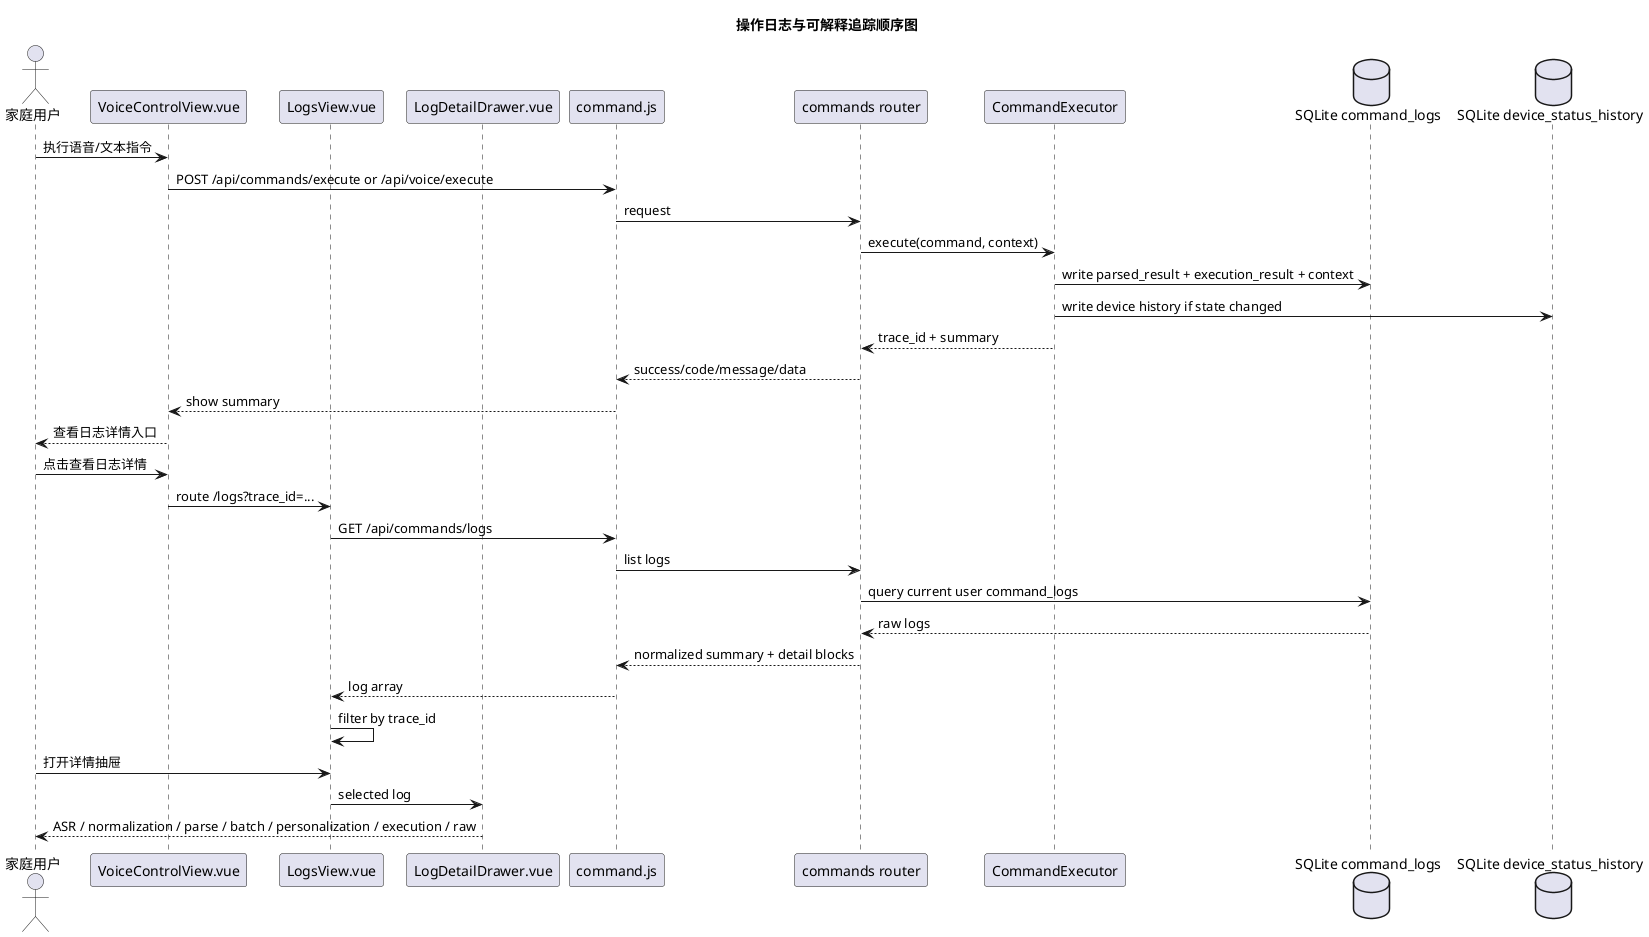
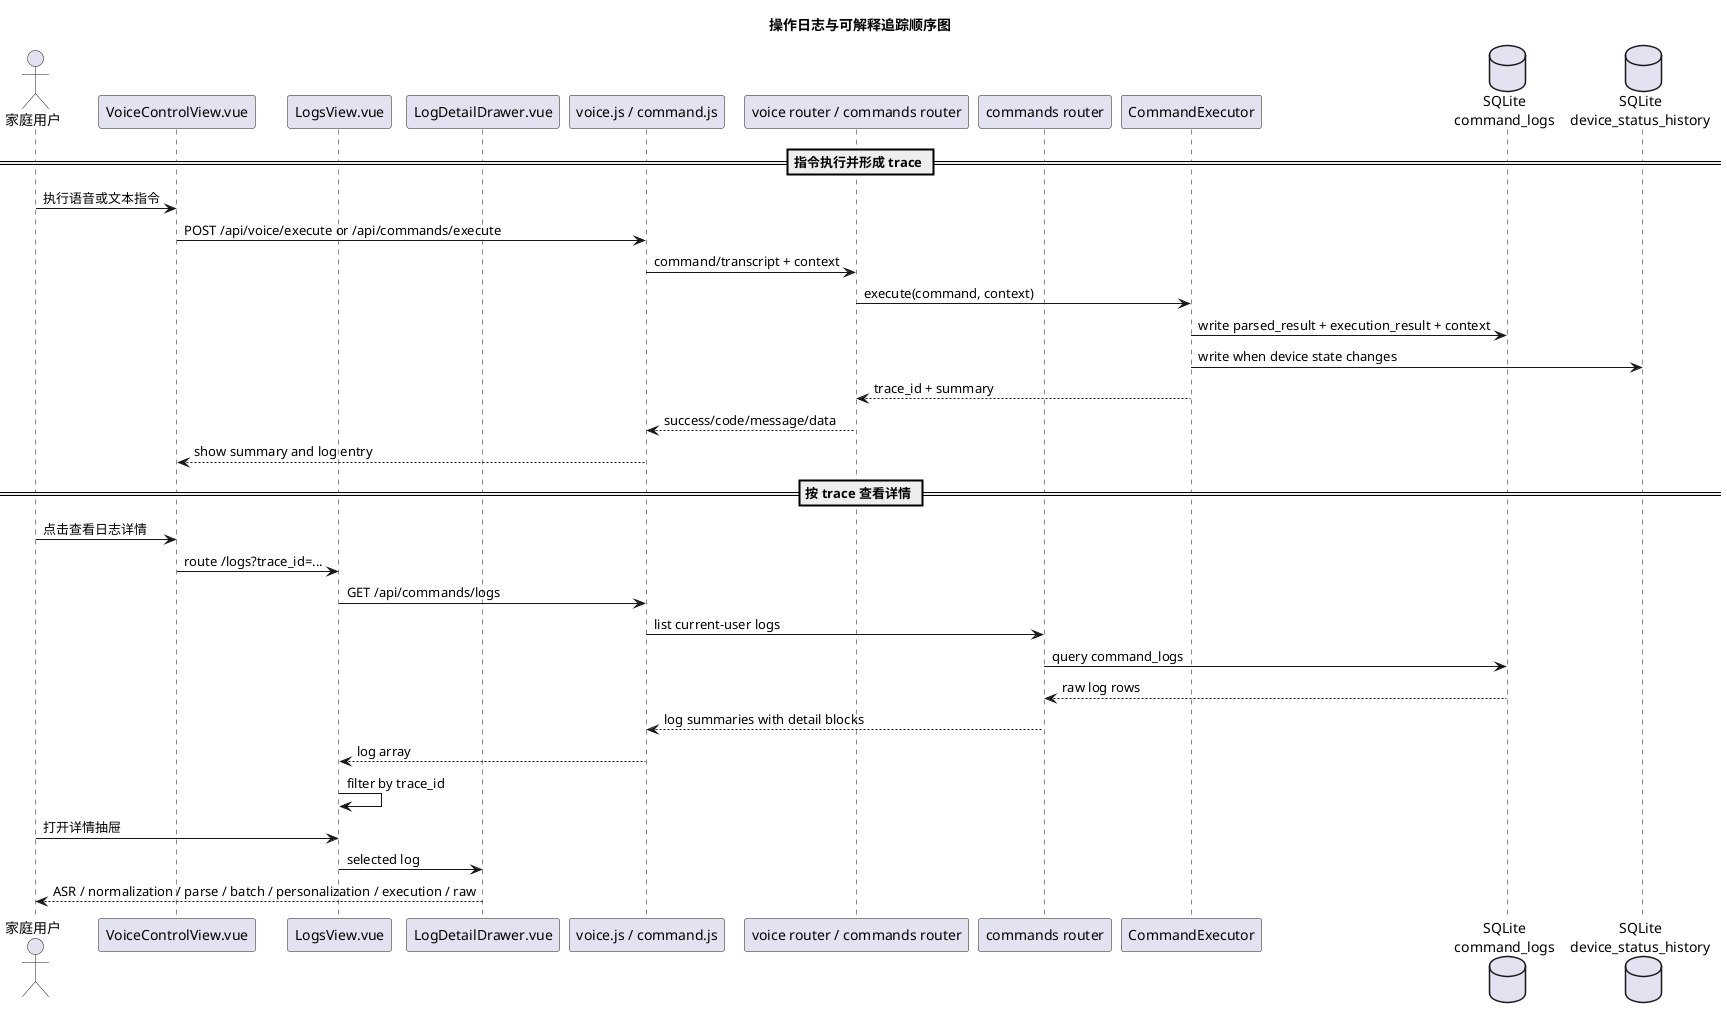
@startuml
title 操作日志与可解释追踪顺序图
actor "家庭用户" as User
participant "VoiceControlView.vue" as VoiceView
participant "LogsView.vue" as LogsView
participant "LogDetailDrawer.vue" as Drawer
- participant "command.js" as CommandAPI
- participant "commands router" as Router
+ participant "voice.js / command.js" as API
+ participant "voice router / commands router" as ExecuteRouter
+ participant "commands router" as LogsRouter
participant "CommandExecutor" as Exec
- database "SQLite command_logs" as Logs
- database "SQLite device_status_history" as History
+ database "SQLite\ncommand_logs" as Logs
+ database "SQLite\ndevice_status_history" as History

- User -> VoiceView: 执行语音/文本指令
- VoiceView -> CommandAPI: POST /api/commands/execute or /api/voice/execute
- CommandAPI -> Router: request
- Router -> Exec: execute(command, context)
+ == 指令执行并形成 trace ==
+ User -> VoiceView: 执行语音或文本指令
+ VoiceView -> API: POST /api/voice/execute or /api/commands/execute
+ API -> ExecuteRouter: command/transcript + context
+ ExecuteRouter -> Exec: execute(command, context)
Exec -> Logs: write parsed_result + execution_result + context
- Exec -> History: write device history if state changed
- Exec --> Router: trace_id + summary
- Router --> CommandAPI: success/code/message/data
- CommandAPI --> VoiceView: show summary
- VoiceView --> User: 查看日志详情入口
+ Exec -> History: write when device state changes
+ Exec --> ExecuteRouter: trace_id + summary
+ ExecuteRouter --> API: success/code/message/data
+ API --> VoiceView: show summary and log entry

+ == 按 trace 查看详情 ==
User -> VoiceView: 点击查看日志详情
VoiceView -> LogsView: route /logs?trace_id=...
- LogsView -> CommandAPI: GET /api/commands/logs
- CommandAPI -> Router: list logs
- Router -> Logs: query current user command_logs
- Logs --> Router: raw logs
- Router --> CommandAPI: normalized summary + detail blocks
- CommandAPI --> LogsView: log array
+ LogsView -> API: GET /api/commands/logs
+ API -> LogsRouter: list current-user logs
+ LogsRouter -> Logs: query command_logs
+ Logs --> LogsRouter: raw log rows
+ LogsRouter --> API: log summaries with detail blocks
+ API --> LogsView: log array
LogsView -> LogsView: filter by trace_id
User -> LogsView: 打开详情抽屉
LogsView -> Drawer: selected log
Drawer --> User: ASR / normalization / parse / batch / personalization / execution / raw
@enduml
